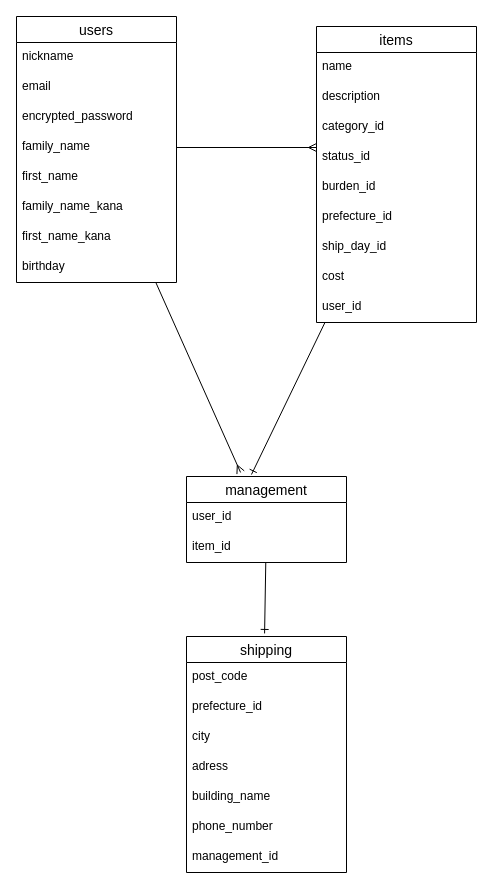
Above: test.dio in shun-ya/furima-37172 (draw.io), before the change. Source tidied: cells renumbered, new cells numbered last; positions are measured from the earlier drawing's top-left corner, leaving out a move shared by most shapes. Both pictures are drawn from the tidied source at 100%, with x=0, y=0 at pixel (16, 16).
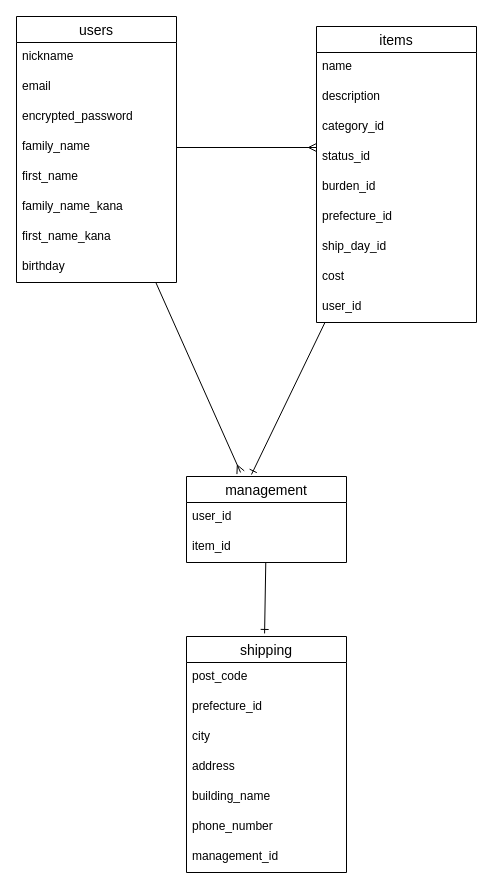
The same diagram, later.

Commit message:
データベース修正８

Unchanged cells that the change refers to:
```xml
<mxCell id="24" value="shipping" style="swimlane;fontStyle=0;horizontal=1;startSize=26;align=center;fontSize=14;" parent="1" vertex="1">
  <mxGeometry x="170" y="620" width="160" height="236" as="geometry" />
</mxCell>
```

What changed in the source:
```diff
@@
-    <mxCell id="28" value="adress" style="text;strokeColor=none;fillColor=none;spacingLeft=4;spacingRight=4;overflow=hidden;fontSize=12;" parent="24" vertex="1">
+    <mxCell id="28" value="address" style="text;strokeColor=none;fillColor=none;spacingLeft=4;spacingRight=4;overflow=hidden;fontSize=12;" parent="24" vertex="1">
       <mxGeometry y="116" width="160" height="30" as="geometry" />
     </mxCell>
```
